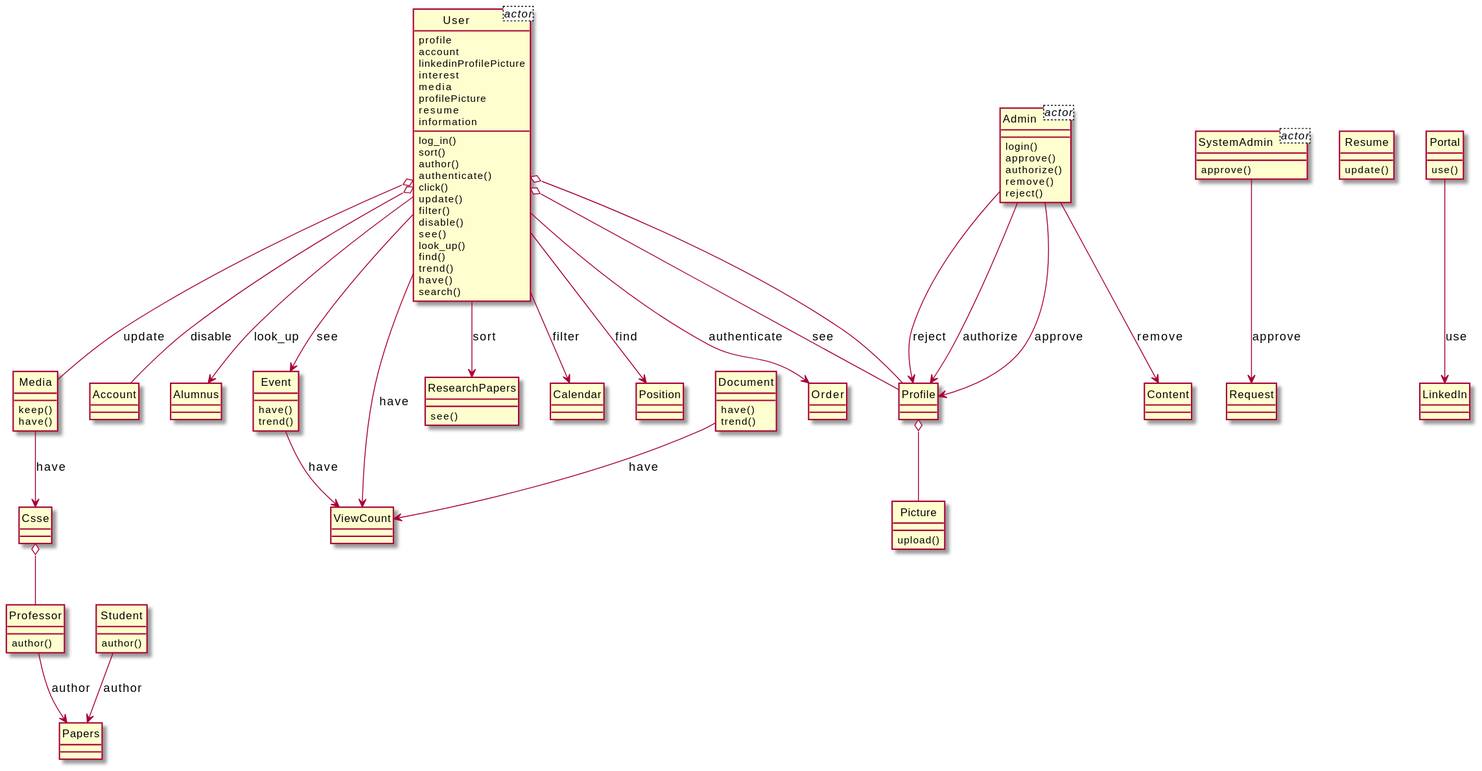
The PlantUML diagram output/diagram_5/2019-USC-Project01.svg in xixixhalu/DomainModelExtractor, before a commit.
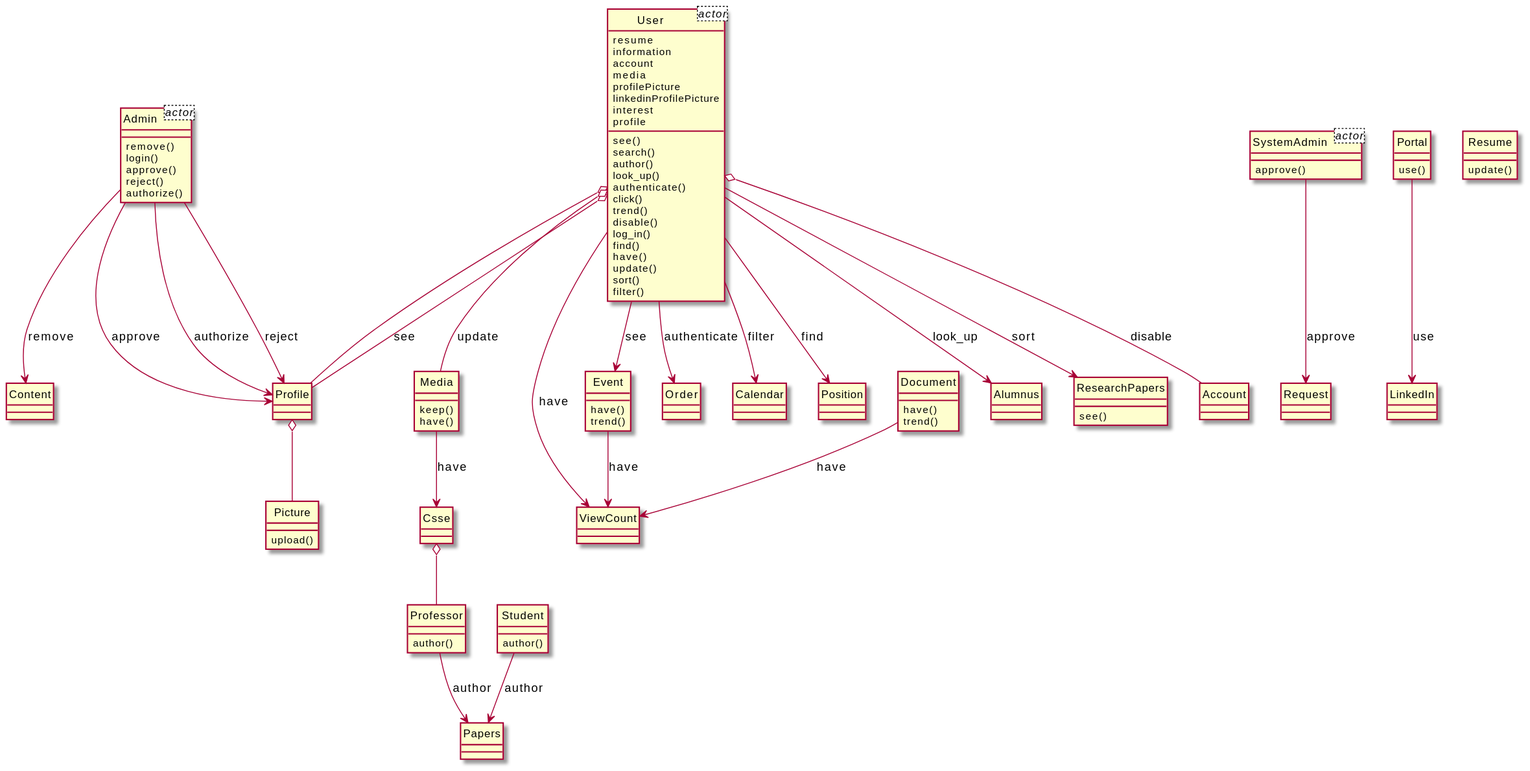
Above is the later version.

Change to the diagram source:
```diff
@@ -1,79 +1,56 @@
 @startuml
 hide circle
 class User<actor> {
-	profile
+	resume
+	information
 	account
+	media
+	profilePicture
 	linkedinProfilePicture
 	interest
-	media
-	profilePicture
-	resume
-	information
+	profile
 }
 class SystemAdmin<actor> {
 }
 class Admin<actor> {
 }
+class Professor {
+	author()
+}
 class Picture {
 	upload()
 }
-class Professor {
+class User {
+	see()
+	search()
 	author()
-}
-class SystemAdmin {
-	approve()
-}
-class Request {
-}
-class Event {
-	have()
-	trend()
-}
-class ViewCount {
-}
-class User {
-	log_in()
-	sort()
-	author()
+	look_up()
 	authenticate()
 	click()
+	trend()
+	disable()
+	log_in()
+	find()
+	have()
 	update()
+	sort()
 	filter()
-	disable()
-	see()
-	look_up()
-	find()
-	trend()
-	have()
-	search()
 }
-class Account {
+class Alumnus {
 }
 class Admin {
+	remove()
 	login()
 	approve()
+	reject()
 	authorize()
-	remove()
-	reject()
 }
 class Content {
 }
-class Alumnus {
+class ResearchPapers {
+	see()
 }
-class Document {
-	have()
-	trend()
-}
-class Calendar {
-}
-class Position {
-}
-class Order {
-}
-class Student {
-	author()
-}
-class Papers {
+class Account {
 }
 class Profile {
 }
@@ -83,39 +60,62 @@
 }
 class Csse {
 }
-class Resume {
-	update()
+class Student {
+	author()
 }
-class ResearchPapers {
-	see()
+class Papers {
+}
+class SystemAdmin {
+	approve()
+}
+class Request {
+}
+class ViewCount {
 }
 class Portal {
 	use()
 }
 class LinkedIn {
 }
-User --> ViewCount : have
-Admin --> Content : remove
+class Order {
+}
+class Event {
+	have()
+	trend()
+}
+class Calendar {
+}
+class Document {
+	have()
+	trend()
+}
+class Position {
+}
+class Resume {
+	update()
+}
+Admin --> Profile : reject
+Admin --> Profile : approve
+Event --> ViewCount : have
+User o-- Profile : see
+User o-- Media : update
+Admin --> Profile : authorize
 User o-- Account : disable
-User --> Alumnus : look_up
-User --> ResearchPapers : sort
-User o-- Profile : see
+Media --> Csse : have
+User --> Calendar : filter
 Professor --> Papers : author
-User --> Calendar : filter
-Portal --> LinkedIn : use
-SystemAdmin --> Request : approve
-User --> Event : see
-User o-- Media : update
-User --> Position : find
-Admin --> Profile : authorize
-Csse o-- Professor
-Profile o-- Picture
-User --> Order : authenticate
-Event --> ViewCount : have
-User o-- Profile
 Document --> ViewCount : have
 Student --> Papers : author
-Admin --> Profile : approve
-Admin --> Profile : reject
-Media --> Csse : have
+User --> Position : find
+User o-- Profile
+User --> ResearchPapers : sort
+Profile o-- Picture
+SystemAdmin --> Request : approve
+Admin --> Content : remove
+User --> Event : see
+Csse o-- Professor
+User --> ViewCount : have
+Portal --> LinkedIn : use
+User --> Order : authenticate
+User --> Alumnus : look_up
 @enduml
```
